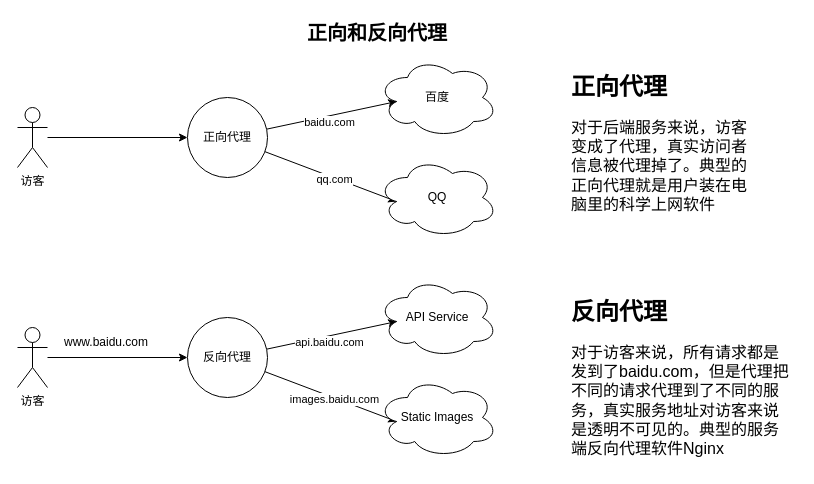
The draw.io diagram 代理.drawio in luxiao/drawio, before the edit. Source tidied: cells renumbered, new cells numbered last; positions are measured from the earlier drawing's top-left corner, leaving out a move shared by most shapes. Both pictures are drawn from the tidied source at 100%, with x=0, y=0 at pixel (17, 17).
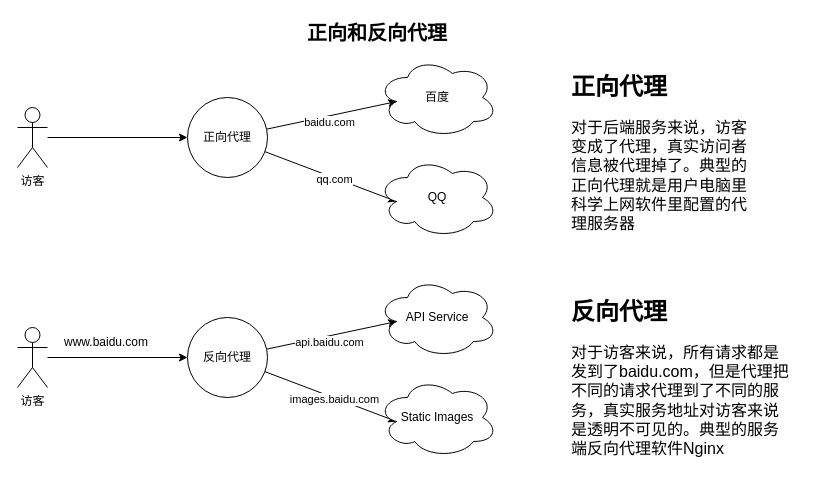
The same page after the edit.

What changed in the source:
```diff
@@
-    <mxCell id="12" value="&lt;h1&gt;正向代理&lt;br&gt;&lt;/h1&gt;&lt;p&gt;&lt;font style=&quot;font-size: 16px;&quot;&gt;对于后端服务来说，访客变成了代理，真实访问者信息被代理掉了。典型的正向代理就是用户装在电脑里的科学上网软件&lt;/font&gt;&lt;br&gt;&lt;/p&gt;" style="text;html=1;strokeColor=none;fillColor=none;spacing=5;spacingTop=-20;whiteSpace=wrap;overflow=hidden;rounded=0;" parent="1" vertex="1">
-      <mxGeometry x="549" y="50" width="190" height="160" as="geometry" />
+    <mxCell id="12" value="&lt;h1&gt;正向代理&lt;br&gt;&lt;/h1&gt;&lt;p&gt;&lt;font style=&quot;font-size: 16px;&quot;&gt;对于后端服务来说，访客变成了代理，真实访问者信息被代理掉了。典型的正向代理就是用户电脑里科学上网软件里配置的代理服务器&lt;/font&gt;&lt;br&gt;&lt;/p&gt;" style="text;html=1;strokeColor=none;fillColor=none;spacing=5;spacingTop=-20;whiteSpace=wrap;overflow=hidden;rounded=0;" parent="1" vertex="1">
+      <mxGeometry x="549" y="50" width="190" height="170" as="geometry" />
     </mxCell>
```
